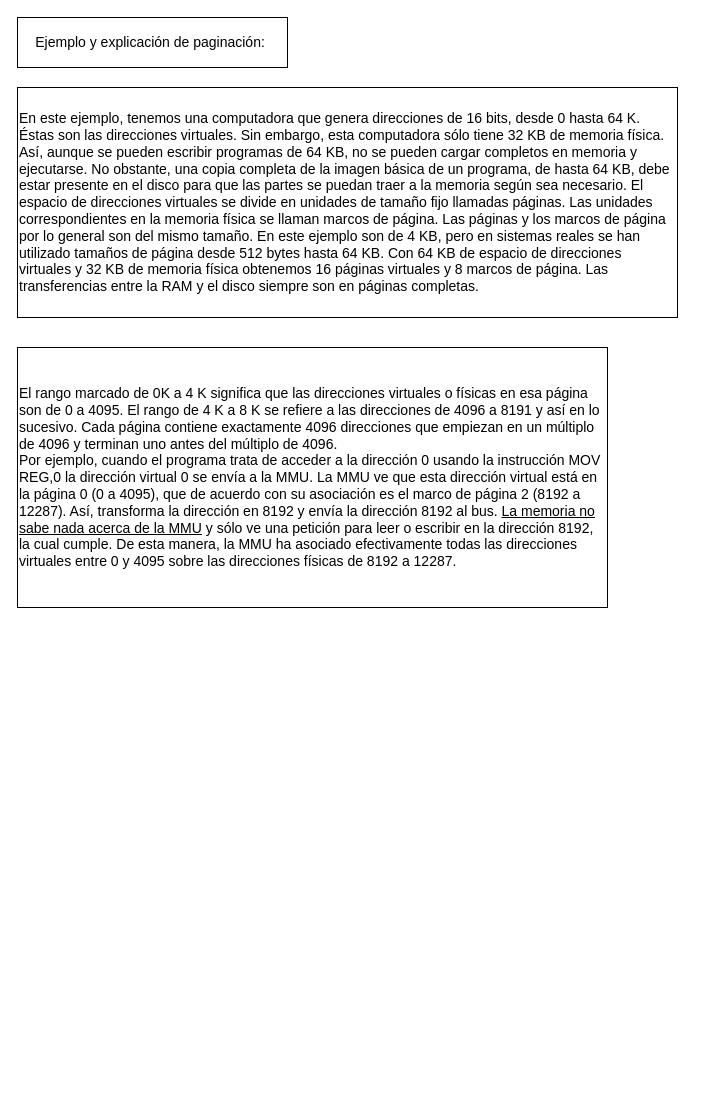
RMSabrina/Apuntes-Universitarios keeps this draw.io diagram as page "Página-2" (2 of 3) of Sistemas Operativos 1/Clase 5 - Administración de memoria.drawio. Above is the earlier version. Source tidied: cells renumbered, new cells numbered last; positions are measured from the earlier drawing's top-left corner, leaving out a move shared by most shapes. Both pictures are drawn from the tidied source at 100%, with x=0, y=0 at pixel (17, 17).
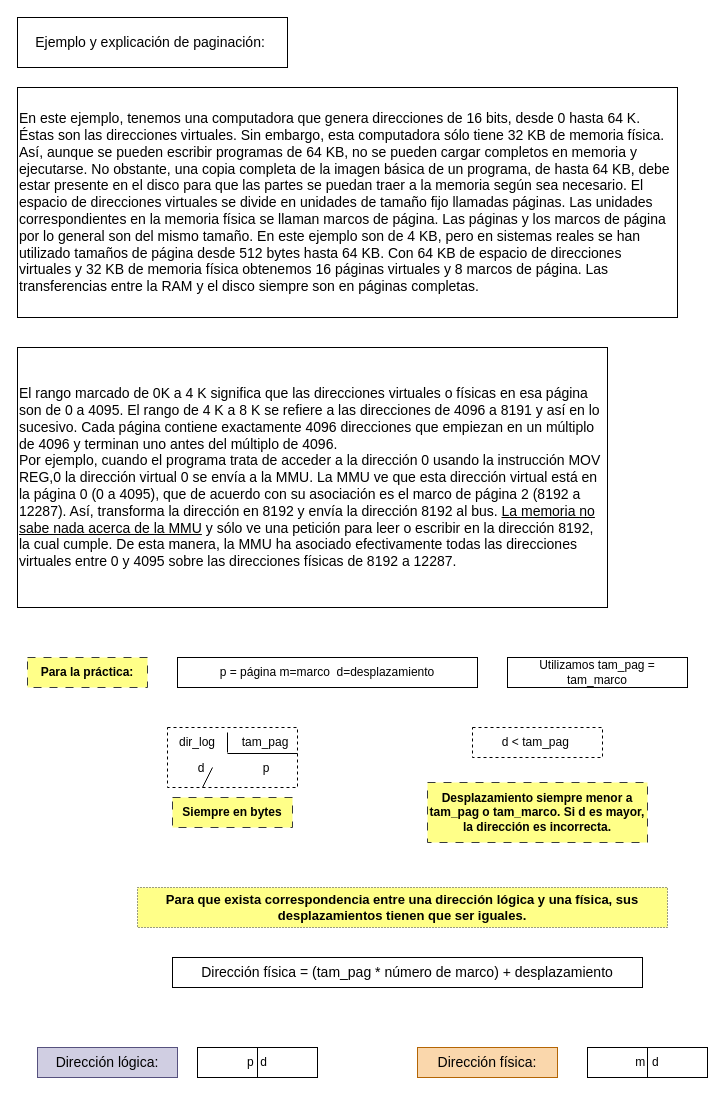
The same diagram, later.

What changed in the source:
```diff
@@
-    <mxCell id="2" value="Ejemplo y explicación de paginación:&amp;nbsp;" style="text;html=1;strokeColor=default;fillColor=none;align=center;verticalAlign=middle;whiteSpace=wrap;rounded=0;fontSize=14;" parent="1" vertex="1">
+    <mxCell id="2" value="Ejemplo y explicación de paginación:&amp;nbsp;" style="text;html=1;strokeColor=default;fillColor=default;align=center;verticalAlign=middle;whiteSpace=wrap;rounded=0;fontSize=14;" parent="1" vertex="1">
       <mxGeometry width="270" height="50" as="geometry" />
     </mxCell>
-    <mxCell id="3" value="En este ejemplo, tenemos una computadora que genera direcciones de 16 bits, desde 0 hasta 64 K. Éstas son las direcciones virtuales. Sin embargo, esta computadora sólo tiene 32 KB de memoria física. Así, aunque se pueden escribir programas de 64 KB, no se pueden cargar completos en memoria y ejecutarse. No obstante, una copia completa de la imagen básica de un programa, de hasta 64 KB, debe estar presente en el disco para que las partes se puedan traer a la memoria según sea necesario. El espacio de direcciones virtuales se divide en unidades de tamaño fijo llamadas &lt;span class=&quot;fontstyle2&quot; style=&quot;font-size: 14px;&quot;&gt;páginas&lt;/span&gt;&lt;span class=&quot;fontstyle0&quot; style=&quot;font-size: 14px;&quot;&gt;. Las unidades correspondientes en la memoria física se llaman &lt;/span&gt;&lt;span class=&quot;fontstyle2&quot; style=&quot;font-size: 14px;&quot;&gt;marcos de página&lt;/span&gt;&lt;span class=&quot;fontstyle0&quot; style=&quot;font-size: 14px;&quot;&gt;. Las páginas y los marcos de página por lo general son del mismo tamaño. En este ejemplo son de 4 KB, pero en sistemas reales se han utilizado tamaños de página desde 512 bytes hasta 64 KB. Con 64 KB de espacio de direcciones virtuales y 32 KB de memoria física obtenemos 16 páginas virtuales y 8 marcos de página. Las transferencias entre la RAM y el disco siempre son en páginas completas.&lt;/span&gt; " style="text;html=1;strokeColor=default;fillColor=none;align=left;verticalAlign=middle;whiteSpace=wrap;rounded=0;fontSize=14;horizontal=1;" parent="1" vertex="1">
+    <mxCell id="3" value="En este ejemplo, tenemos una computadora que genera direcciones de 16 bits, desde 0 hasta 64 K. Éstas son las direcciones virtuales. Sin embargo, esta computadora sólo tiene 32 KB de memoria física. Así, aunque se pueden escribir programas de 64 KB, no se pueden cargar completos en memoria y ejecutarse. No obstante, una copia completa de la imagen básica de un programa, de hasta 64 KB, debe estar presente en el disco para que las partes se puedan traer a la memoria según sea necesario. El espacio de direcciones virtuales se divide en unidades de tamaño fijo llamadas &lt;span class=&quot;fontstyle2&quot; style=&quot;font-size: 14px;&quot;&gt;páginas&lt;/span&gt;&lt;span class=&quot;fontstyle0&quot; style=&quot;font-size: 14px;&quot;&gt;. Las unidades correspondientes en la memoria física se llaman &lt;/span&gt;&lt;span class=&quot;fontstyle2&quot; style=&quot;font-size: 14px;&quot;&gt;marcos de página&lt;/span&gt;&lt;span class=&quot;fontstyle0&quot; style=&quot;font-size: 14px;&quot;&gt;. Las páginas y los marcos de página por lo general son del mismo tamaño. En este ejemplo son de 4 KB, pero en sistemas reales se han utilizado tamaños de página desde 512 bytes hasta 64 KB. Con 64 KB de espacio de direcciones virtuales y 32 KB de memoria física obtenemos 16 páginas virtuales y 8 marcos de página. Las transferencias entre la RAM y el disco siempre son en páginas completas.&lt;/span&gt; " style="text;html=1;strokeColor=default;fillColor=default;align=left;verticalAlign=middle;whiteSpace=wrap;rounded=0;fontSize=14;horizontal=1;" parent="1" vertex="1">
       <mxGeometry y="70" width="660" height="230" as="geometry" />
     </mxCell>
@@
+    <mxCell id="5" style="group;strokeColor=default;dashed=1;fillColor=default;" parent="1" vertex="1">
+      <mxGeometry x="150" y="710" width="130" height="60" as="geometry" />
+    </mxCell>
+    <mxCell id="6" value="dir_log" style="text;html=1;strokeColor=none;fillColor=none;align=center;verticalAlign=middle;whiteSpace=wrap;rounded=0;" parent="5" vertex="1">
+      <mxGeometry width="60" height="30" as="geometry" />
+    </mxCell>
+    <mxCell id="7" value="tam_pag" style="text;html=1;strokeColor=none;fillColor=none;align=center;verticalAlign=middle;whiteSpace=wrap;rounded=0;" parent="5" vertex="1">
+      <mxGeometry x="68" width="60" height="30" as="geometry" />
+    </mxCell>
+    <mxCell id="8" value="d" style="text;html=1;strokeColor=none;fillColor=none;align=center;verticalAlign=middle;whiteSpace=wrap;rounded=0;" parent="5" vertex="1">
+      <mxGeometry x="4" y="26" width="60" height="30" as="geometry" />
+    </mxCell>
+    <mxCell id="9" value="p" style="text;html=1;strokeColor=none;fillColor=none;align=center;verticalAlign=middle;whiteSpace=wrap;rounded=0;" parent="5" vertex="1">
+      <mxGeometry x="69" y="26" width="60" height="30" as="geometry" />
+    </mxCell>
+    <mxCell id="10" style="endArrow=none;html=1;rounded=0;" parent="5" edge="1">
+      <mxGeometry relative="1" as="geometry">
+        <mxPoint x="60" y="25" as="sourcePoint" />
+        <mxPoint x="60" y="5" as="targetPoint" />
+      </mxGeometry>
+    </mxCell>
+    <mxCell id="11" style="endArrow=none;html=1;rounded=0;" parent="5" edge="1">
+      <mxGeometry relative="1" as="geometry">
+        <mxPoint x="60" y="26" as="sourcePoint" />
+        <mxPoint x="130" y="26" as="targetPoint" />
+      </mxGeometry>
+    </mxCell>
+    <mxCell id="12" style="endArrow=none;html=1;rounded=0;" parent="5" edge="1">
+      <mxGeometry relative="1" as="geometry">
+        <mxPoint x="35" y="60" as="sourcePoint" />
+        <mxPoint x="45" y="40" as="targetPoint" />
+      </mxGeometry>
+    </mxCell>
+    <mxCell id="13" value="Para la práctica:" style="rounded=0;whiteSpace=wrap;html=1;fillColor=#ffff88;strokeColor=#36393d;dashed=1;dashPattern=8 8;fontStyle=1;" parent="1" vertex="1">
+      <mxGeometry x="10" y="640" width="120" height="30" as="geometry" />
+    </mxCell>
+    <mxCell id="14" value="Siempre en bytes" style="rounded=0;whiteSpace=wrap;html=1;fillColor=#ffff88;strokeColor=#36393d;dashed=1;dashPattern=8 8;fontStyle=1;" parent="1" vertex="1">
+      <mxGeometry x="155" y="780" width="120" height="30" as="geometry" />
+    </mxCell>
+    <mxCell id="15" value="Desplazamiento siempre menor a tam_pag o tam_marco. Si d es mayor, la dirección es incorrecta." style="rounded=0;whiteSpace=wrap;html=1;fillColor=#ffff88;strokeColor=#36393d;dashed=1;dashPattern=8 8;fontStyle=1;" parent="1" vertex="1">
+      <mxGeometry x="410" y="765" width="220" height="60" as="geometry" />
+    </mxCell>
+    <mxCell id="16" value="d &amp;lt; tam_pag&amp;nbsp;" style="text;html=1;strokeColor=default;fillColor=default;align=center;verticalAlign=middle;whiteSpace=wrap;rounded=0;dashed=1;" parent="1" vertex="1">
+      <mxGeometry x="455" y="710" width="130" height="30" as="geometry" />
+    </mxCell>
+    <mxCell id="17" value="Para que exista correspondencia entre una dirección lógica y una física, sus desplazamientos tienen que ser iguales." style="rounded=0;whiteSpace=wrap;html=1;fillColor=#ffff88;strokeColor=#36393d;dashed=1;dashPattern=1 2;fontStyle=1;fontSize=13;" parent="1" vertex="1">
+      <mxGeometry x="120" y="870" width="530" height="40" as="geometry" />
+    </mxCell>
+    <mxCell id="18" value="Dirección física = (tam_pag * número de marco) + desplazamiento" style="text;html=1;strokeColor=default;fillColor=default;align=center;verticalAlign=middle;whiteSpace=wrap;rounded=0;fontSize=14;" parent="1" vertex="1">
+      <mxGeometry x="155" y="940" width="470" height="30" as="geometry" />
+    </mxCell>
+    <mxCell id="19" value="Dirección lógica:" style="text;html=1;align=center;verticalAlign=middle;whiteSpace=wrap;rounded=0;fontSize=14;fillColor=#d0cee2;strokeColor=#56517e;" parent="1" vertex="1">
+      <mxGeometry x="20" y="1030" width="140" height="30" as="geometry" />
+    </mxCell>
+    <mxCell id="20" value="p&lt;span style=&quot;white-space: pre;&quot;&gt; &lt;/span&gt;&lt;span style=&quot;white-space: pre;&quot;&gt; &lt;/span&gt;d" style="rounded=0;whiteSpace=wrap;html=1;" parent="1" vertex="1">
+      <mxGeometry x="180" y="1030" width="120" height="30" as="geometry" />
+    </mxCell>
+    <mxCell id="21" style="endArrow=none;html=1;rounded=0;entryX=0.5;entryY=0;entryDx=0;entryDy=0;exitX=0.5;exitY=1;exitDx=0;exitDy=0;" parent="1" edge="1" source="20" target="20">
+      <mxGeometry relative="1" as="geometry" />
+    </mxCell>
+    <mxCell id="22" value="m&lt;span style=&quot;white-space: pre;&quot;&gt; &lt;/span&gt;&lt;span style=&quot;white-space: pre;&quot;&gt; &lt;/span&gt;d" style="rounded=0;whiteSpace=wrap;html=1;" parent="1" vertex="1">
+      <mxGeometry x="570" y="1030" width="120" height="30" as="geometry" />
+    </mxCell>
+    <mxCell id="23" value="Dirección física:" style="text;html=1;align=center;verticalAlign=middle;whiteSpace=wrap;rounded=0;fontSize=14;fillColor=#fad7ac;strokeColor=#b46504;" parent="1" vertex="1">
+      <mxGeometry x="400" y="1030" width="140" height="30" as="geometry" />
+    </mxCell>
+    <mxCell id="24" style="endArrow=none;html=1;rounded=0;entryX=0.5;entryY=0;entryDx=0;entryDy=0;exitX=0.5;exitY=1;exitDx=0;exitDy=0;" parent="1" edge="1" source="22" target="22">
+      <mxGeometry relative="1" as="geometry" />
+    </mxCell>
+    <mxCell id="25" value="p = página&lt;span style=&quot;white-space: pre;&quot;&gt; &lt;/span&gt;m=marco&amp;nbsp;&lt;span style=&quot;white-space: pre;&quot;&gt; &lt;/span&gt;d=desplazamiento" style="text;html=1;strokeColor=default;fillColor=default;align=center;verticalAlign=middle;whiteSpace=wrap;rounded=0;" parent="1" vertex="1">
+      <mxGeometry x="160" y="640" width="300" height="30" as="geometry" />
+    </mxCell>
+    <mxCell id="26" value="Utilizamos tam_pag = tam_marco" style="text;html=1;strokeColor=default;fillColor=default;align=center;verticalAlign=middle;whiteSpace=wrap;rounded=0;" parent="1" vertex="1">
+      <mxGeometry x="490" y="640" width="180" height="30" as="geometry" />
+    </mxCell>
```
